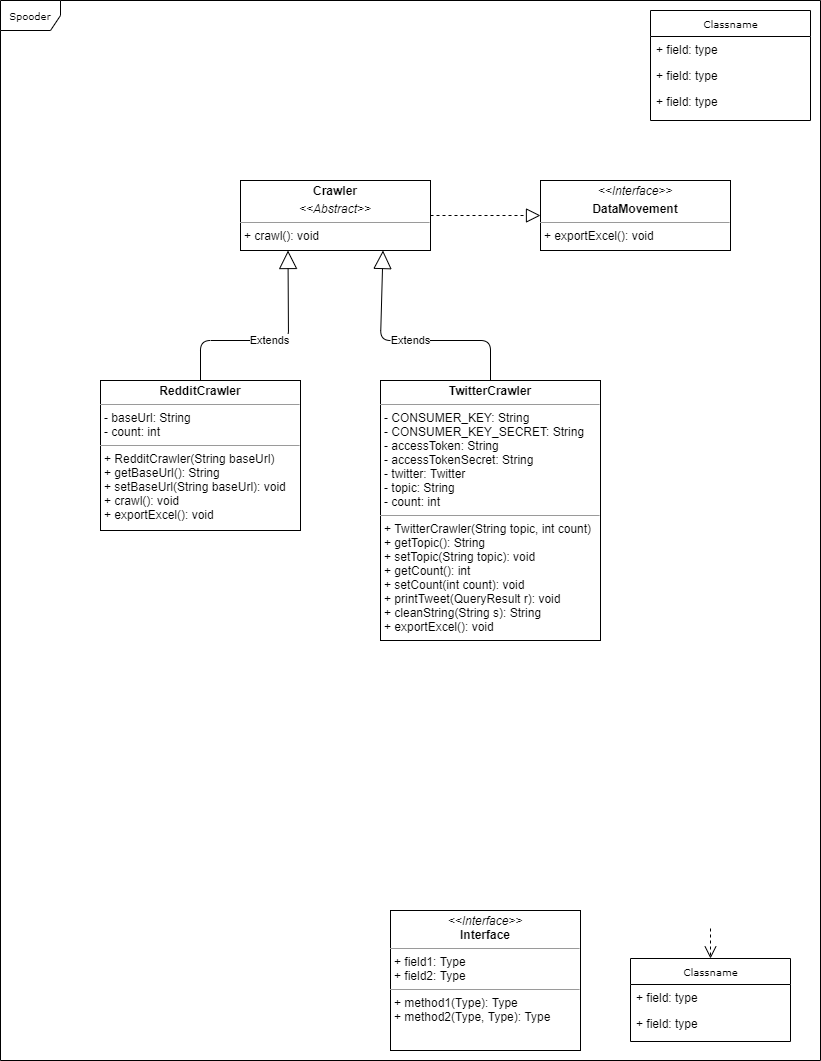
Above: UMLDiagram.png in yxchia98/spooder (draw.io), before the change. Source tidied: cells renumbered, new cells last; positions are measured from the earlier drawing's top-left corner, leaving out a move shared by most shapes.
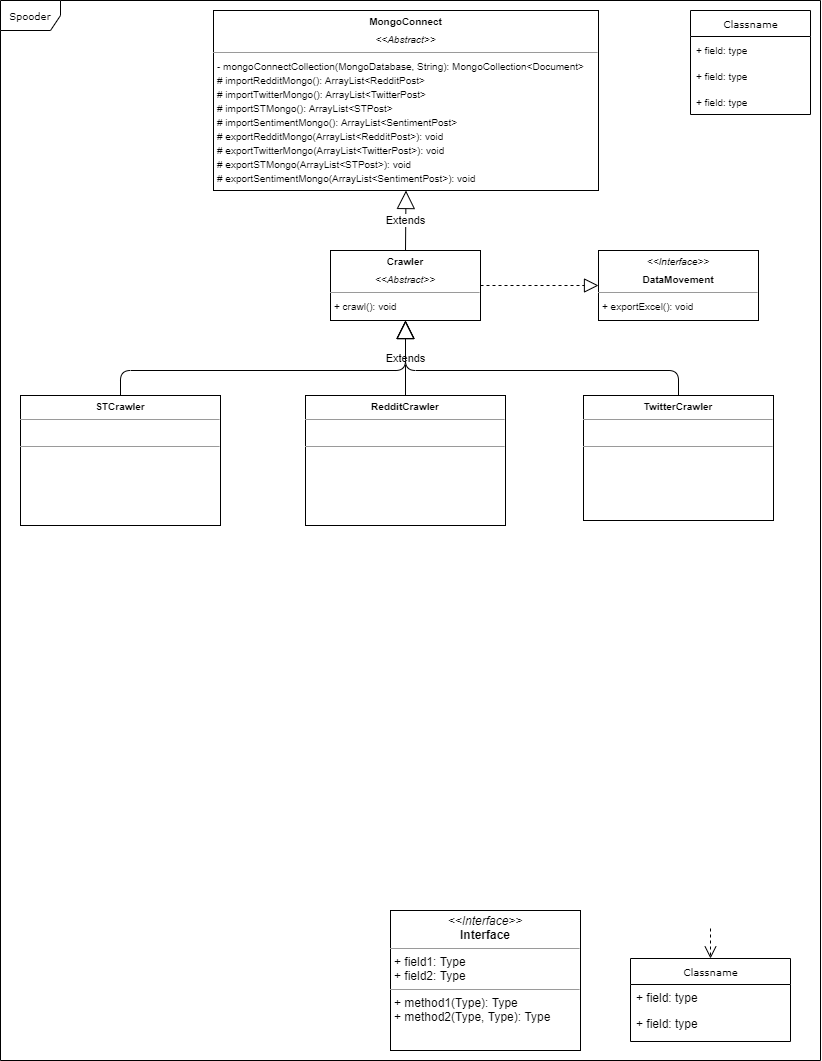
After the change.

What changed in the source:
```diff
@@ -5,17 +5,17 @@
     <mxCell id="2" value="Spooder" style="shape=umlFrame;whiteSpace=wrap;html=1;rounded=0;shadow=0;comic=0;labelBackgroundColor=none;strokeWidth=1;fontFamily=Verdana;fontSize=10;align=center;" parent="1" vertex="1">
       <mxGeometry width="820" height="1060" as="geometry" />
     </mxCell>
-    <mxCell id="3" value="Classname" style="swimlane;html=1;fontStyle=0;horizontal=1;startSize=26;fillColor=none;swimlaneFillColor=#ffffff;rounded=0;shadow=0;comic=0;labelBackgroundColor=none;strokeWidth=1;fontFamily=Verdana;fontSize=10;align=center;" parent="1" vertex="1">
-      <mxGeometry x="650" y="10" width="160" height="110" as="geometry" />
+    <mxCell id="3" value="&lt;font style=&quot;font-size: 10px&quot;&gt;Classname&lt;/font&gt;" style="swimlane;html=1;fontStyle=0;horizontal=1;startSize=26;fillColor=none;swimlaneFillColor=#ffffff;rounded=0;shadow=0;comic=0;labelBackgroundColor=none;strokeWidth=1;fontFamily=Verdana;fontSize=10;align=center;" parent="1" vertex="1">
+      <mxGeometry x="690" y="10" width="120" height="104" as="geometry" />
     </mxCell>
-    <mxCell id="4" value="+ field: type" style="text;html=1;strokeColor=none;fillColor=none;align=left;verticalAlign=top;spacingLeft=4;spacingRight=4;whiteSpace=wrap;overflow=hidden;" parent="3" vertex="1">
-      <mxGeometry y="26" width="160" height="26" as="geometry" />
+    <mxCell id="4" value="&lt;font style=&quot;font-size: 10px&quot;&gt;+ field: type&lt;/font&gt;" style="text;html=1;strokeColor=none;fillColor=none;align=left;verticalAlign=top;spacingLeft=4;spacingRight=4;whiteSpace=wrap;overflow=hidden;" parent="3" vertex="1">
+      <mxGeometry y="26" width="120" height="26" as="geometry" />
     </mxCell>
-    <mxCell id="5" value="+ field: type" style="text;html=1;strokeColor=none;fillColor=none;align=left;verticalAlign=top;spacingLeft=4;spacingRight=4;whiteSpace=wrap;overflow=hidden;" parent="3" vertex="1">
-      <mxGeometry y="52" width="160" height="26" as="geometry" />
+    <mxCell id="5" value="&lt;font style=&quot;font-size: 10px&quot;&gt;+ field: type&lt;/font&gt;" style="text;html=1;strokeColor=none;fillColor=none;align=left;verticalAlign=top;spacingLeft=4;spacingRight=4;whiteSpace=wrap;overflow=hidden;" parent="3" vertex="1">
+      <mxGeometry y="52" width="120" height="26" as="geometry" />
     </mxCell>
-    <mxCell id="6" value="+ field: type" style="text;html=1;strokeColor=none;fillColor=none;align=left;verticalAlign=top;spacingLeft=4;spacingRight=4;whiteSpace=wrap;overflow=hidden;" parent="3" vertex="1">
-      <mxGeometry y="78" width="160" height="26" as="geometry" />
+    <mxCell id="6" value="&lt;font style=&quot;font-size: 10px&quot;&gt;+ field: type&lt;/font&gt;" style="text;html=1;strokeColor=none;fillColor=none;align=left;verticalAlign=top;spacingLeft=4;spacingRight=4;whiteSpace=wrap;overflow=hidden;" parent="3" vertex="1">
+      <mxGeometry y="78" width="120" height="26" as="geometry" />
     </mxCell>
     <mxCell id="7" value="Classname" style="swimlane;html=1;fontStyle=0;horizontal=1;startSize=26;fillColor=none;swimlaneFillColor=#ffffff;rounded=0;shadow=0;comic=0;labelBackgroundColor=none;strokeWidth=1;fontFamily=Verdana;fontSize=10;align=center;" parent="1" vertex="1">
       <mxGeometry x="630" y="958" width="160" height="83" as="geometry" />
@@ -34,36 +34,48 @@
     <mxCell id="11" value="&lt;p style=&quot;margin:0px;margin-top:4px;text-align:center;&quot;&gt;&lt;i&gt;&amp;lt;&amp;lt;Interface&amp;gt;&amp;gt;&lt;/i&gt;&lt;br/&gt;&lt;b&gt;Interface&lt;/b&gt;&lt;/p&gt;&lt;hr size=&quot;1&quot;/&gt;&lt;p style=&quot;margin:0px;margin-left:4px;&quot;&gt;+ field1: Type&lt;br/&gt;+ field2: Type&lt;/p&gt;&lt;hr size=&quot;1&quot;/&gt;&lt;p style=&quot;margin:0px;margin-left:4px;&quot;&gt;+ method1(Type): Type&lt;br/&gt;+ method2(Type, Type): Type&lt;/p&gt;" style="verticalAlign=top;align=left;overflow=fill;fontSize=12;fontFamily=Helvetica;html=1;rounded=0;shadow=0;comic=0;labelBackgroundColor=none;strokeWidth=1;" parent="1" vertex="1">
       <mxGeometry x="390" y="910" width="190" height="140" as="geometry" />
     </mxCell>
-    <mxCell id="12" value="&lt;p style=&quot;margin: 0px ; margin-top: 4px ; text-align: center&quot;&gt;&lt;i&gt;&amp;lt;&amp;lt;Interface&amp;gt;&amp;gt;&lt;/i&gt;&lt;br&gt;&lt;/p&gt;&lt;p style=&quot;margin: 0px ; margin-top: 4px ; text-align: center&quot;&gt;&lt;b&gt;DataMovement&lt;/b&gt;&lt;/p&gt;&lt;hr size=&quot;1&quot;&gt;&lt;p style=&quot;margin: 0px ; margin-left: 4px&quot;&gt;+ exportExcel(): void&lt;br&gt;&lt;/p&gt;" style="verticalAlign=top;align=left;overflow=fill;fontSize=12;fontFamily=Helvetica;html=1;rounded=0;shadow=0;comic=0;labelBackgroundColor=none;strokeWidth=1;" parent="1" vertex="1">
-      <mxGeometry x="540" y="180" width="190" height="70" as="geometry" />
+    <mxCell id="12" value="&lt;p style=&quot;margin: 0px ; margin-top: 4px ; text-align: center&quot;&gt;&lt;font style=&quot;font-size: 10px&quot;&gt;&lt;i&gt;&amp;lt;&amp;lt;Interface&amp;gt;&amp;gt;&lt;/i&gt;&lt;br&gt;&lt;/font&gt;&lt;/p&gt;&lt;p style=&quot;margin: 0px ; margin-top: 4px ; text-align: center&quot;&gt;&lt;b&gt;&lt;font style=&quot;font-size: 10px&quot;&gt;DataMovement&lt;/font&gt;&lt;/b&gt;&lt;/p&gt;&lt;hr size=&quot;1&quot;&gt;&lt;p style=&quot;margin: 0px ; margin-left: 4px&quot;&gt;&lt;font style=&quot;font-size: 10px&quot;&gt;+ exportExcel(): void&lt;/font&gt;&lt;br&gt;&lt;/p&gt;" style="verticalAlign=top;align=left;overflow=fill;fontSize=12;fontFamily=Helvetica;html=1;rounded=0;shadow=0;comic=0;labelBackgroundColor=none;strokeWidth=1;" parent="1" vertex="1">
+      <mxGeometry x="598" y="250" width="160" height="70" as="geometry" />
     </mxCell>
-    <mxCell id="13" value="&lt;p style=&quot;margin: 0px ; margin-top: 4px ; text-align: center&quot;&gt;&lt;b&gt;Crawler&lt;/b&gt;&lt;/p&gt;&lt;p style=&quot;margin: 0px ; margin-top: 4px ; text-align: center&quot;&gt;&lt;i&gt;&amp;lt;&amp;lt;Abstract&amp;gt;&amp;gt;&lt;/i&gt;&lt;/p&gt;&lt;hr size=&quot;1&quot;&gt;&lt;p style=&quot;margin: 0px ; margin-left: 4px&quot;&gt;+ crawl(): void&lt;/p&gt;" style="verticalAlign=top;align=left;overflow=fill;fontSize=12;fontFamily=Helvetica;html=1;rounded=0;shadow=0;comic=0;labelBackgroundColor=none;strokeWidth=1;" parent="1" vertex="1">
-      <mxGeometry x="240" y="180" width="190" height="70" as="geometry" />
+    <mxCell id="13" value="&lt;p style=&quot;margin: 0px ; margin-top: 4px ; text-align: center&quot;&gt;&lt;b&gt;&lt;font style=&quot;font-size: 10px&quot;&gt;Crawler&lt;/font&gt;&lt;/b&gt;&lt;/p&gt;&lt;p style=&quot;margin: 0px ; margin-top: 4px ; text-align: center&quot;&gt;&lt;i&gt;&lt;font style=&quot;font-size: 10px&quot;&gt;&amp;lt;&amp;lt;Abstract&amp;gt;&amp;gt;&lt;/font&gt;&lt;/i&gt;&lt;/p&gt;&lt;hr size=&quot;1&quot;&gt;&lt;p style=&quot;margin: 0px ; margin-left: 4px&quot;&gt;&lt;font style=&quot;font-size: 10px&quot;&gt;+ crawl(): void&lt;/font&gt;&lt;/p&gt;" style="verticalAlign=top;align=left;overflow=fill;fontSize=12;fontFamily=Helvetica;html=1;rounded=0;shadow=0;comic=0;labelBackgroundColor=none;strokeWidth=1;" parent="1" vertex="1">
+      <mxGeometry x="330" y="250" width="150" height="70" as="geometry" />
     </mxCell>
-    <mxCell id="14" value="&lt;p style=&quot;margin: 0px ; margin-top: 4px ; text-align: center&quot;&gt;&lt;b&gt;RedditCrawler&lt;/b&gt;&lt;/p&gt;&lt;hr size=&quot;1&quot;&gt;&lt;p style=&quot;margin: 0px ; margin-left: 4px&quot;&gt;- baseUrl: String&lt;br&gt;- count: int&lt;/p&gt;&lt;hr size=&quot;1&quot;&gt;&lt;p style=&quot;margin: 0px ; margin-left: 4px&quot;&gt;+ RedditCrawler(String baseUrl)&lt;/p&gt;&lt;p style=&quot;margin: 0px ; margin-left: 4px&quot;&gt;+ getBaseUrl(): String&lt;/p&gt;&lt;p style=&quot;margin: 0px ; margin-left: 4px&quot;&gt;+ setBaseUrl(String baseUrl): void&lt;/p&gt;&lt;p style=&quot;margin: 0px ; margin-left: 4px&quot;&gt;+ crawl(): void&lt;br&gt;+ exportExcel(): void&lt;/p&gt;" style="verticalAlign=top;align=left;overflow=fill;fontSize=12;fontFamily=Helvetica;html=1;rounded=0;shadow=0;comic=0;labelBackgroundColor=none;strokeWidth=1;" parent="1" vertex="1">
-      <mxGeometry x="100" y="380" width="200" height="150" as="geometry" />
+    <mxCell id="14" value="&lt;p style=&quot;margin: 0px ; margin-top: 4px ; text-align: center&quot;&gt;&lt;b&gt;&lt;font style=&quot;font-size: 10px&quot;&gt;RedditCrawler&lt;/font&gt;&lt;/b&gt;&lt;/p&gt;&lt;hr size=&quot;1&quot;&gt;&lt;p style=&quot;margin: 0px ; margin-left: 4px&quot;&gt;&lt;br&gt;&lt;/p&gt;&lt;hr size=&quot;1&quot;&gt;&lt;p style=&quot;margin: 0px ; margin-left: 4px&quot;&gt;&lt;br&gt;&lt;/p&gt;" style="verticalAlign=top;align=left;overflow=fill;fontSize=12;fontFamily=Helvetica;html=1;rounded=0;shadow=0;comic=0;labelBackgroundColor=none;strokeWidth=1;" parent="1" vertex="1">
+      <mxGeometry x="305" y="395" width="200" height="130" as="geometry" />
     </mxCell>
     <mxCell id="15" style="endArrow=block;dashed=1;endFill=0;endSize=12;html=1;exitX=1;exitY=0.5;exitDx=0;exitDy=0;entryX=0;entryY=0.5;entryDx=0;entryDy=0;" parent="1" edge="1" source="13" target="12">
       <mxGeometry relative="1" as="geometry" />
     </mxCell>
+    <mxCell id="17" value="&lt;p style=&quot;margin: 0px ; margin-top: 4px ; text-align: center&quot;&gt;&lt;b&gt;&lt;font style=&quot;font-size: 10px&quot;&gt;TwitterCrawler&lt;/font&gt;&lt;/b&gt;&lt;/p&gt;&lt;hr size=&quot;1&quot;&gt;&lt;p style=&quot;margin: 0px ; margin-left: 4px&quot;&gt;&lt;br&gt;&lt;/p&gt;&lt;hr size=&quot;1&quot;&gt;&lt;p style=&quot;margin: 0px ; margin-left: 4px&quot;&gt;&lt;br&gt;&lt;/p&gt;" style="verticalAlign=top;align=left;overflow=fill;fontSize=12;fontFamily=Helvetica;html=1;rounded=0;shadow=0;comic=0;labelBackgroundColor=none;strokeWidth=1;" parent="1" vertex="1">
+      <mxGeometry x="583" y="395" width="190" height="125" as="geometry" />
+    </mxCell>
+    <mxCell id="19" value="&lt;p style=&quot;margin: 0px ; margin-top: 4px ; text-align: center&quot;&gt;&lt;b&gt;&lt;font style=&quot;font-size: 10px&quot;&gt;STCrawler&lt;/font&gt;&lt;/b&gt;&lt;/p&gt;&lt;hr size=&quot;1&quot;&gt;&lt;p style=&quot;margin: 0px ; margin-left: 4px&quot;&gt;&lt;br&gt;&lt;/p&gt;&lt;hr size=&quot;1&quot;&gt;&lt;p style=&quot;margin: 0px ; margin-left: 4px&quot;&gt;&lt;br&gt;&lt;/p&gt;" style="verticalAlign=top;align=left;overflow=fill;fontSize=12;fontFamily=Helvetica;html=1;rounded=0;shadow=0;comic=0;labelBackgroundColor=none;strokeWidth=1;" parent="1" vertex="1">
+      <mxGeometry x="20" y="395" width="200" height="130" as="geometry" />
+    </mxCell>
+    <mxCell id="20" value="&lt;p style=&quot;margin: 0px ; margin-top: 4px ; text-align: center&quot;&gt;&lt;b&gt;&lt;font style=&quot;font-size: 10px&quot;&gt;MongoConnect&lt;/font&gt;&lt;/b&gt;&lt;/p&gt;&lt;p style=&quot;margin: 0px ; margin-top: 4px ; text-align: center&quot;&gt;&lt;i&gt;&lt;font style=&quot;font-size: 10px&quot;&gt;&amp;lt;&amp;lt;Abstract&amp;gt;&amp;gt;&lt;/font&gt;&lt;/i&gt;&lt;/p&gt;&lt;hr size=&quot;1&quot;&gt;&lt;p style=&quot;margin: 0px ; margin-left: 4px&quot;&gt;&lt;font style=&quot;font-size: 10px&quot;&gt;- mongoConnectCollection(MongoDatabase, String): MongoCollection&amp;lt;Document&amp;gt;&lt;/font&gt;&lt;/p&gt;&lt;p style=&quot;margin: 0px ; margin-left: 4px&quot;&gt;&lt;font style=&quot;font-size: 10px&quot;&gt;# importRedditMongo(): ArrayList&amp;lt;RedditPost&amp;gt;&lt;/font&gt;&lt;/p&gt;&lt;p style=&quot;margin: 0px ; margin-left: 4px&quot;&gt;&lt;font style=&quot;font-size: 10px&quot;&gt;# importTwitterMongo(): ArrayList&amp;lt;TwitterPost&amp;gt;&lt;/font&gt;&lt;/p&gt;&lt;p style=&quot;margin: 0px ; margin-left: 4px&quot;&gt;&lt;font style=&quot;font-size: 10px&quot;&gt;# importSTMongo(): ArrayList&amp;lt;STPost&amp;gt;&lt;/font&gt;&lt;/p&gt;&lt;p style=&quot;margin: 0px ; margin-left: 4px&quot;&gt;&lt;font style=&quot;font-size: 10px&quot;&gt;# importSentimentMongo(): ArrayList&amp;lt;SentimentPost&amp;gt;&lt;/font&gt;&lt;/p&gt;&lt;p style=&quot;margin: 0px ; margin-left: 4px&quot;&gt;&lt;font style=&quot;font-size: 10px&quot;&gt;# exportRedditMongo(ArrayList&amp;lt;RedditPost&amp;gt;): void&lt;/font&gt;&lt;/p&gt;&lt;p style=&quot;margin: 0px ; margin-left: 4px&quot;&gt;&lt;font style=&quot;font-size: 10px&quot;&gt;# exportTwitterMongo(ArrayList&amp;lt;TwitterPost&amp;gt;): void&lt;/font&gt;&lt;/p&gt;&lt;p style=&quot;margin: 0px ; margin-left: 4px&quot;&gt;&lt;font style=&quot;font-size: 10px&quot;&gt;# exportSTMongo(ArrayList&amp;lt;STPost&amp;gt;): void&lt;/font&gt;&lt;/p&gt;&lt;p style=&quot;margin: 0px ; margin-left: 4px&quot;&gt;&lt;font style=&quot;font-size: 10px&quot;&gt;# exportSentimentMongo(ArrayList&amp;lt;SentimentPost&amp;gt;): void&lt;/font&gt;&lt;/p&gt;" style="verticalAlign=top;align=left;overflow=fill;fontSize=12;fontFamily=Helvetica;html=1;rounded=0;shadow=0;comic=0;labelBackgroundColor=none;strokeWidth=1;" parent="1" vertex="1">
+      <mxGeometry x="213" y="10" width="385" height="180" as="geometry" />
+    </mxCell>
+    <mxCell id="21" value="Extends" style="endArrow=block;endSize=16;endFill=0;html=1;entryX=0.5;entryY=1;entryDx=0;entryDy=0;exitX=0.5;exitY=0;exitDx=0;exitDy=0;" parent="1" edge="1" source="13" target="20">
+      <mxGeometry relative="1" as="geometry" />
+    </mxCell>
-    <mxCell id="16" value="Extends" style="endArrow=block;endSize=16;endFill=0;html=1;exitX=0.5;exitY=0;exitDx=0;exitDy=0;entryX=0.25;entryY=1;entryDx=0;entryDy=0;" parent="1" edge="1" source="14" target="13">
-      <mxGeometry relative="1" as="geometry">
-        <Array as="points">
-          <mxPoint x="200" y="340" />
-          <mxPoint x="288" y="340" />
-        </Array>
-      </mxGeometry>
+    <mxCell id="16" value="Extends" style="endArrow=block;endSize=16;endFill=0;html=1;exitX=0.5;exitY=0;exitDx=0;exitDy=0;entryX=0.5;entryY=1;entryDx=0;entryDy=0;" parent="1" edge="1" source="14" target="13">
+      <mxGeometry relative="1" as="geometry" />
     </mxCell>
-    <mxCell id="17" value="&lt;p style=&quot;margin: 0px ; margin-top: 4px ; text-align: center&quot;&gt;&lt;b&gt;TwitterCrawler&lt;/b&gt;&lt;/p&gt;&lt;hr size=&quot;1&quot;&gt;&lt;p style=&quot;margin: 0px ; margin-left: 4px&quot;&gt;- CONSUMER_KEY: String&lt;/p&gt;&lt;p style=&quot;margin: 0px ; margin-left: 4px&quot;&gt;- CONSUMER_KEY_SECRET: String&lt;/p&gt;&lt;p style=&quot;margin: 0px ; margin-left: 4px&quot;&gt;- accessToken: String&lt;/p&gt;&lt;p style=&quot;margin: 0px ; margin-left: 4px&quot;&gt;- accessTokenSecret: String&lt;/p&gt;&lt;p style=&quot;margin: 0px ; margin-left: 4px&quot;&gt;- twitter: Twitter&lt;/p&gt;&lt;p style=&quot;margin: 0px ; margin-left: 4px&quot;&gt;- topic: String&lt;/p&gt;&lt;p style=&quot;margin: 0px ; margin-left: 4px&quot;&gt;- count: int&lt;/p&gt;&lt;hr size=&quot;1&quot;&gt;&lt;p style=&quot;margin: 0px ; margin-left: 4px&quot;&gt;+ TwitterCrawler(String topic, int count)&lt;/p&gt;&lt;p style=&quot;margin: 0px ; margin-left: 4px&quot;&gt;+ getTopic(): String&lt;/p&gt;&lt;p style=&quot;margin: 0px ; margin-left: 4px&quot;&gt;+ setTopic(String topic): void&lt;/p&gt;&lt;p style=&quot;margin: 0px ; margin-left: 4px&quot;&gt;+ getCount(): int&lt;/p&gt;&lt;p style=&quot;margin: 0px ; margin-left: 4px&quot;&gt;+ setCount(int count): void&lt;/p&gt;&lt;p style=&quot;margin: 0px ; margin-left: 4px&quot;&gt;+ printTweet(QueryResult r): void&lt;/p&gt;&lt;p style=&quot;margin: 0px ; margin-left: 4px&quot;&gt;+ cleanString(String s): String&lt;/p&gt;&lt;p style=&quot;margin: 0px ; margin-left: 4px&quot;&gt;+ exportExcel(): void&lt;/p&gt;" style="verticalAlign=top;align=left;overflow=fill;fontSize=12;fontFamily=Helvetica;html=1;rounded=0;shadow=0;comic=0;labelBackgroundColor=none;strokeWidth=1;" parent="1" vertex="1">
-      <mxGeometry x="380" y="380" width="220" height="260" as="geometry" />
-    </mxCell>
-    <mxCell id="18" value="Extends" style="endArrow=block;endSize=16;endFill=0;html=1;exitX=0.5;exitY=0;exitDx=0;exitDy=0;entryX=0.75;entryY=1;entryDx=0;entryDy=0;" parent="1" edge="1" source="17" target="13">
+    <mxCell id="18" style="endArrow=block;endSize=16;endFill=0;html=1;exitX=0.5;exitY=0;exitDx=0;exitDy=0;entryX=0.5;entryY=1;entryDx=0;entryDy=0;" parent="1" edge="1" source="17" target="13">
       <mxGeometry relative="1" as="geometry">
         <Array as="points">
-          <mxPoint x="490" y="340" />
-          <mxPoint x="380" y="340" />
+          <mxPoint x="678" y="370" />
+          <mxPoint x="405" y="370" />
         </Array>
       </mxGeometry>
     </mxCell>
+    <mxCell id="22" style="endArrow=block;endSize=16;endFill=0;html=1;exitX=0.5;exitY=0;exitDx=0;exitDy=0;entryX=0.5;entryY=1;entryDx=0;entryDy=0;" parent="1" edge="1" source="19" target="13">
+      <mxGeometry relative="1" as="geometry">
+        <Array as="points">
+          <mxPoint x="120" y="370" />
+          <mxPoint x="405" y="370" />
+        </Array>
+      </mxGeometry>
+    </mxCell>
   </root>
 </mxGraphModel>
```
